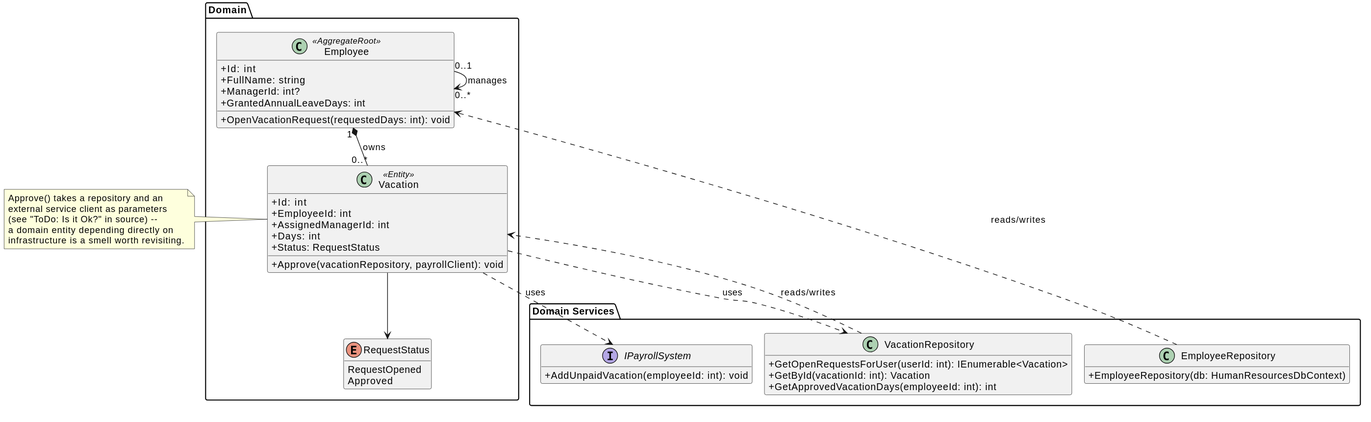
The PlantUML diagram HRSystem.Domain/docs/diagrams/domain-model.svg in tahircakmak/DDDQuestion, before a commit. Source of this version:
```plantuml
@startuml
skinparam classAttributeIconSize 0
hide empty members

package "Domain" {
  class Employee <<AggregateRoot>> {
    + Id: int
    + FullName: string
    + ManagerId: int?
    + GrantedAnnualLeaveDays: int
    + OpenVacationRequest(requestedDays: int): void
  }

  class Vacation <<Entity>> {
    + Id: int
    + EmployeeId: int
    + AssignedManagerId: int
    + Days: int
    + Status: RequestStatus
    + Approve(vacationRepository, payrollClient): void
  }

  enum RequestStatus {
    RequestOpened
    Approved
  }

  Employee "1" *-- "0..*" Vacation : owns >
  Vacation --> RequestStatus
  Employee "0..1" --> "0..*" Employee : manages >
}

package "Domain Services" {
  interface IPayrollSystem {
    + AddUnpaidVacation(employeeId: int): void
  }

  class EmployeeRepository {
    + EmployeeRepository(db: HumanResourcesDbContext)
  }

  class VacationRepository {
    + GetOpenRequestsForUser(userId: int): IEnumerable<Vacation>
    + GetById(vacationId: int): Vacation
    + GetApprovedVacationDays(employeeId: int): int
  }
}

EmployeeRepository ..> Employee : reads/writes
VacationRepository ..> Vacation : reads/writes
Vacation ..> VacationRepository : uses
Vacation ..> IPayrollSystem : uses

note right of Vacation
  Approve() takes a repository and an
  external service client as parameters
  (see "ToDo: Is it Ok?" in source) --
  a domain entity depending directly on
  infrastructure is a smell worth revisiting.
end note
@enduml
```
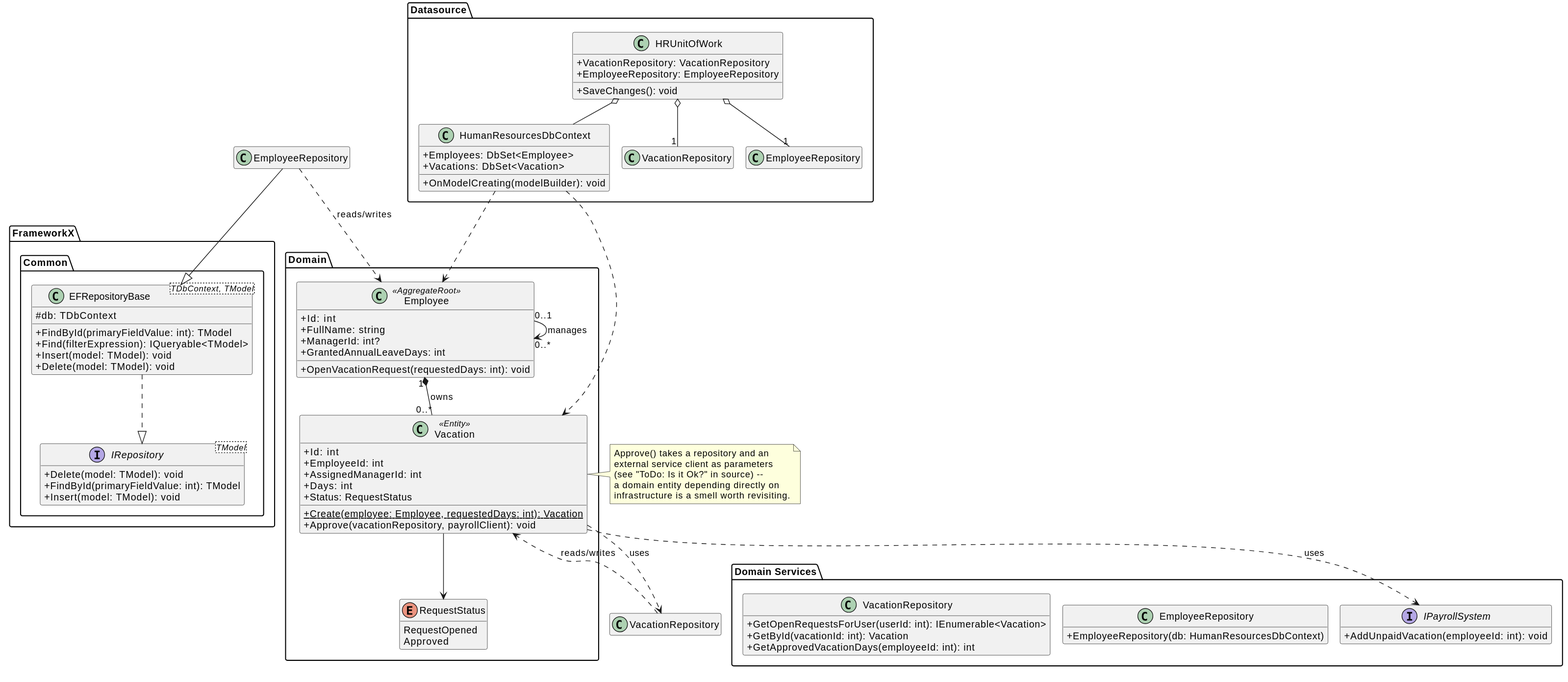
After the commit.

Commit message:
Regenerate domain-model class diagram using LSP and add CLAUDE.md guidance

Used LSP (goToDefinition/documentSymbol) to trace EmployeeRepository's
inheritance into FrameworkX.Common's EFRepositoryBase<TDbContext,TModel>
and IRepository<TModel>, which the previous diagram missed since it only
covered HRSystem.Domain. Also added HRUnitOfWork and HumanResourcesDbContext.

Adds CLAUDE.md documenting when to reach for LSP over grep for code
navigation in this multi-project solution.

Diff of the diagram source:
```diff
@@ -17,6 +17,7 @@
     + AssignedManagerId: int
     + Days: int
     + Status: RequestStatus
+    + {static} Create(employee: Employee, requestedDays: int): Vacation
     + Approve(vacationRepository, payrollClient): void
   }
 
@@ -28,6 +29,26 @@
   Employee "1" *-- "0..*" Vacation : owns >
   Vacation --> RequestStatus
   Employee "0..1" --> "0..*" Employee : manages >
+}
+
+package "Datasource" {
+  class HumanResourcesDbContext {
+    + Employees: DbSet<Employee>
+    + Vacations: DbSet<Vacation>
+    + OnModelCreating(modelBuilder): void
+  }
+
+  class HRUnitOfWork {
+    + VacationRepository: VacationRepository
+    + EmployeeRepository: EmployeeRepository
+    + SaveChanges(): void
+  }
+
+  HRUnitOfWork o-- HumanResourcesDbContext
+  HRUnitOfWork o-- "1" VacationRepository
+  HRUnitOfWork o-- "1" EmployeeRepository
+  HumanResourcesDbContext ..> Employee
+  HumanResourcesDbContext ..> Vacation
 }
 
 package "Domain Services" {
@@ -46,6 +67,25 @@
   }
 }
 
+package "FrameworkX.Common" {
+  interface "IRepository<TModel>" as IRepository {
+    + Delete(model: TModel): void
+    + FindById(primaryFieldValue: int): TModel
+    + Insert(model: TModel): void
+  }
+
+  class "EFRepositoryBase<TDbContext, TModel>" as EFRepositoryBase {
+    # db: TDbContext
+    + FindById(primaryFieldValue: int): TModel
+    + Find(filterExpression): IQueryable<TModel>
+    + Insert(model: TModel): void
+    + Delete(model: TModel): void
+  }
+
+  EFRepositoryBase ..|> IRepository
+}
+
+EmployeeRepository --|> EFRepositoryBase
 EmployeeRepository ..> Employee : reads/writes
 VacationRepository ..> Vacation : reads/writes
 Vacation ..> VacationRepository : uses
```
